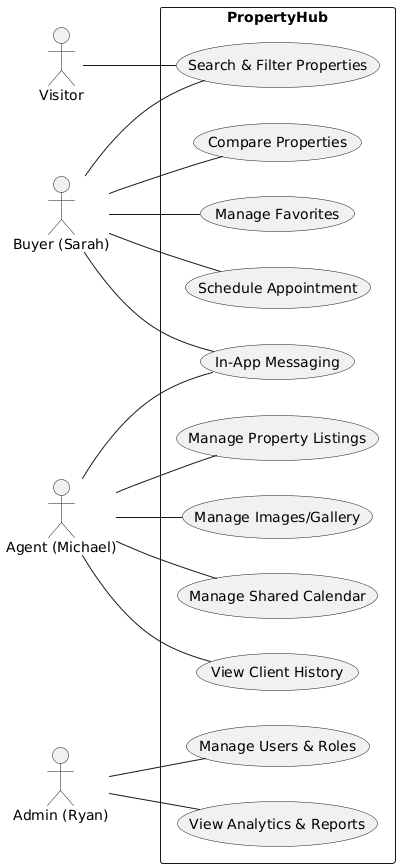
Above: Presentation/images/globalUseCase.png in AZIZ-Soufiane/PropertyHub-PFE (PlantUML), before the change.
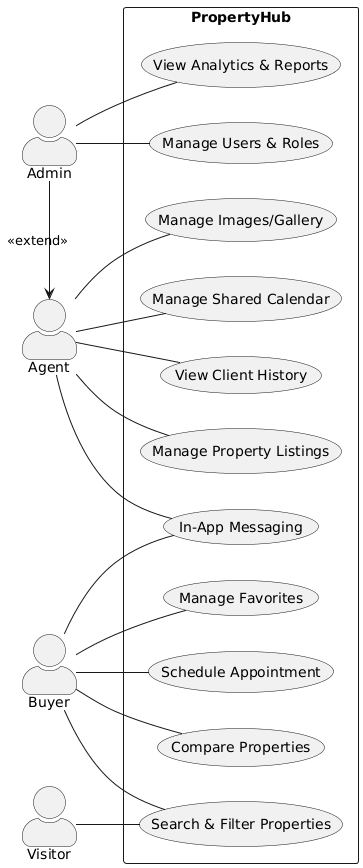
Later version of the same file.

Diff of the diagram source:
```diff
@@ -2,41 +2,43 @@
 left to right direction
 skinparam packageStyle rectangle
 skinparam shadowing false
+skinparam actorStyle awesome
 
-actor "Visitor" as Vis
-actor "Buyer (Sarah)" as Client
-actor "Agent (Michael)" as Agent
-actor "Admin (Ryan)" as Admin
+actor "Visitor"          as Vis
+actor "Buyer"            as Client
+actor "Agent"            as Agent
+actor "Admin"            as Admin
 
-rectangle PropertyHub {
-    (Search & Filter Properties) as UC1
-    (Compare Properties) as UC2
-    (Manage Favorites) as UC3
-    (Schedule Appointment) as UC4
-    (In-App Messaging) as UC5
+rectangle "PropertyHub" {
 
-    (Manage Property Listings) as UC6
-    (Manage Images/Gallery) as UC7
-    (Manage Shared Calendar) as UC8
-    (View Client History) as UC9
-
-    (Manage Users & Roles) as UC10
-    (View Analytics & Reports) as UC11
+    (Search & Filter Properties)    as UC1
+    (Compare Properties)            as UC2
+    (Manage Favorites)              as UC3
+    (Schedule Appointment)          as UC4
+    (In-App Messaging)              as UC5
+    (Manage Property Listings)      as UC6
+    (Manage Images/Gallery)         as UC7
+    (Manage Shared Calendar)        as UC8
+    (View Client History)           as UC9
+    (Manage Users & Roles)          as UC10
+    (View Analytics & Reports)      as UC11
 }
 
-Vis -- UC1
+Vis    -- UC1
 Client -- UC1
 Client -- UC2
 Client -- UC3
 Client -- UC4
 Client -- UC5
 
-Agent -- UC6
-Agent -- UC7
-Agent -- UC8
-Agent -- UC9
-Agent -- UC5
+Agent  -- UC5
+Agent  -- UC6
+Agent  -- UC7
+Agent  -- UC8
+Agent  -- UC9
 
-Admin -- UC10
-Admin -- UC11
+Admin  -- UC10
+Admin  -- UC11
+
+Admin -right-> Agent : <<extend>>
 @enduml
```
